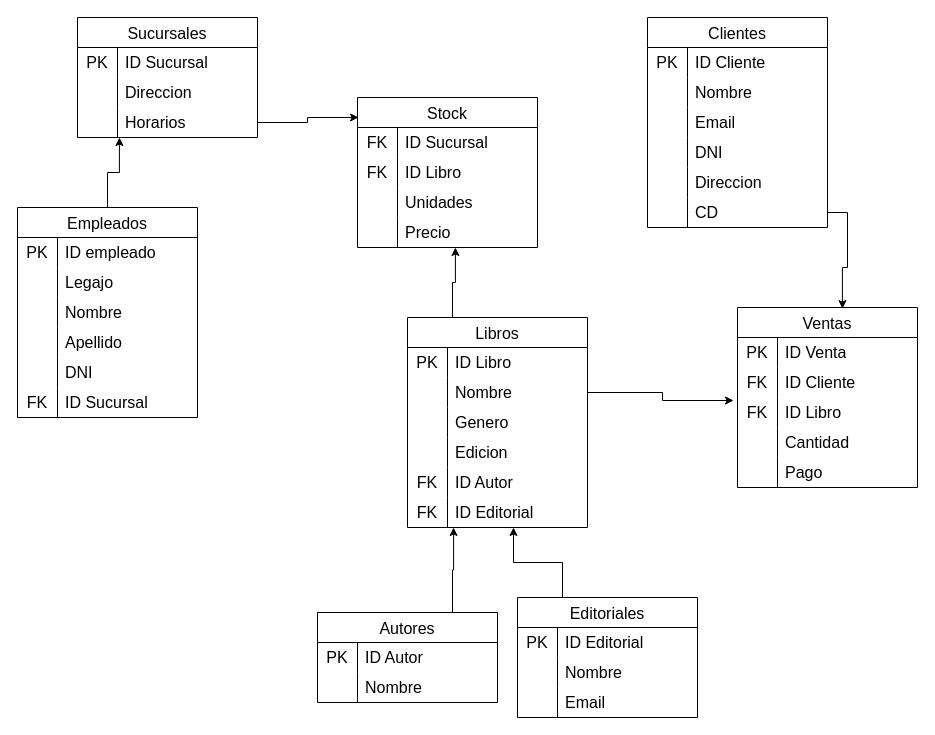
EzequielLST/SQL-Trabajo-final keeps this draw.io diagram as Diagrama sin título.drawio. Above is the earlier version. Source tidied: cells renumbered, new cells numbered last; positions are measured from the earlier drawing's top-left corner, leaving out a move shared by most shapes. Both pictures are drawn from the tidied source at 100%, with x=0, y=0 at pixel (17, 17).
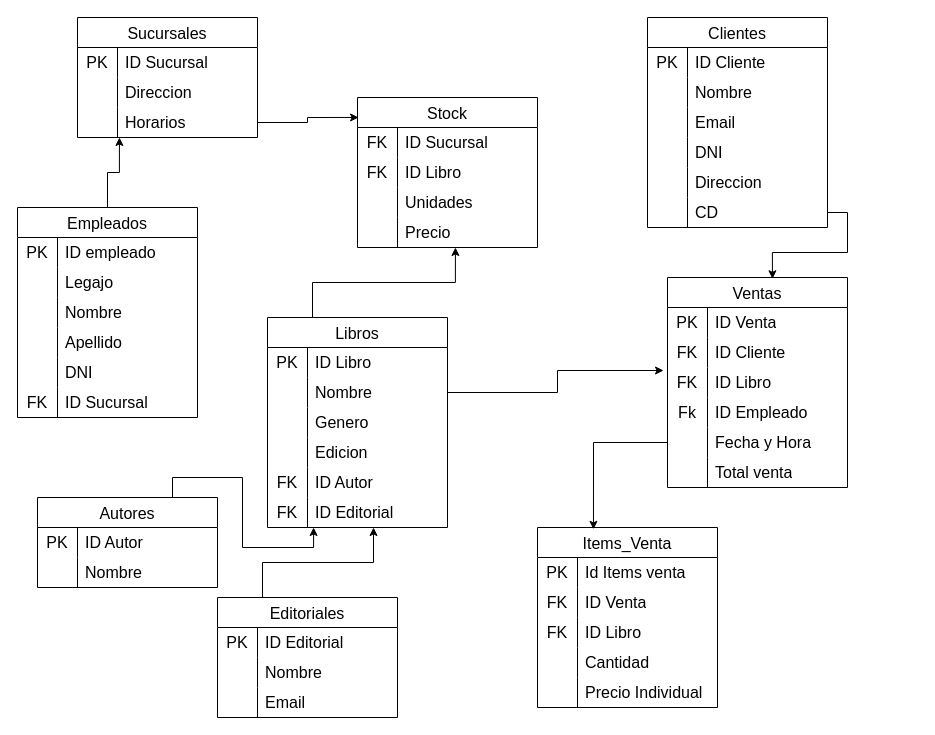
After the change.

Unchanged cells that the change refers to:
```xml
<mxCell id="111" style="shape=tableRow;horizontal=0;startSize=0;swimlaneHead=0;swimlaneBody=0;top=0;left=0;bottom=0;right=0;fillColor=none;strokeColor=inherit;fontSize=16;" parent="101" vertex="1">
  <mxGeometry y="120" width="180" height="30" as="geometry" />
</mxCell>
<mxCell id="114" style="shape=tableRow;horizontal=0;startSize=0;swimlaneHead=0;swimlaneBody=0;top=0;left=0;bottom=0;right=0;fillColor=none;points=[[0,0.5],[1,0.5]];portConstraint=eastwest;strokeColor=inherit;fontSize=16;" parent="101" vertex="1">
  <mxGeometry y="150" width="180" height="30" as="geometry" />
</mxCell>
```

What changed in the source:
```diff
@@
     <mxCell id="31" value="Libros" style="shape=table;startSize=30;childLayout=tableLayout;rowLines=0;fontStyle=0;strokeColor=default;fontSize=16;" parent="1" vertex="1">
-      <mxGeometry x="390" y="300" width="180" height="210" as="geometry" />
+      <mxGeometry x="250" y="300" width="180" height="210" as="geometry" />
     </mxCell>
@@
     <mxCell id="64" value="Autores" style="shape=table;startSize=30;childLayout=tableLayout;rowLines=0;fontStyle=0;strokeColor=default;fontSize=16;" parent="1" vertex="1">
-      <mxGeometry x="300" y="595" width="180" height="90" as="geometry" />
+      <mxGeometry x="20" y="480" width="180" height="90" as="geometry" />
     </mxCell>
@@
     <mxCell id="72" value="Editoriales" style="shape=table;startSize=30;childLayout=tableLayout;rowLines=0;fontStyle=0;strokeColor=default;fontSize=16;" parent="1" vertex="1">
-      <mxGeometry x="500" y="580" width="180" height="120" as="geometry" />
+      <mxGeometry x="200" y="580" width="180" height="120" as="geometry" />
     </mxCell>
@@
     <mxCell id="101" value="Ventas" style="shape=table;startSize=30;childLayout=tableLayout;rowLines=0;fontStyle=0;strokeColor=default;fontSize=16;" parent="1" vertex="1">
-      <mxGeometry x="720" y="290" width="180" height="180" as="geometry" />
+      <mxGeometry x="650" y="260" width="180" height="210" as="geometry" />
     </mxCell>
@@
-    <mxCell id="112" style="shape=partialRectangle;html=1;whiteSpace=wrap;fillColor=none;top=0;left=0;bottom=0;right=0;overflow=hidden;strokeColor=inherit;fontSize=16;" parent="111" vertex="1">
+    <mxCell id="112" value="Fk" style="shape=partialRectangle;html=1;whiteSpace=wrap;fillColor=none;top=0;left=0;bottom=0;right=0;overflow=hidden;strokeColor=inherit;fontSize=16;" parent="111" vertex="1">
       <mxGeometry width="40" height="30" as="geometry" />
     </mxCell>
-    <mxCell id="113" value="Cantidad" style="shape=partialRectangle;html=1;whiteSpace=wrap;fillColor=none;top=0;left=0;bottom=0;right=0;align=left;spacingLeft=6;overflow=hidden;strokeColor=inherit;fontSize=16;" parent="111" vertex="1">
+    <mxCell id="113" value="ID Empleado" style="shape=partialRectangle;html=1;whiteSpace=wrap;fillColor=none;top=0;left=0;bottom=0;right=0;align=left;spacingLeft=6;overflow=hidden;strokeColor=inherit;fontSize=16;" parent="111" vertex="1">
       <mxGeometry x="40" width="140" height="30" as="geometry" />
     </mxCell>
@@
-    <mxCell id="116" value="Pago" style="shape=partialRectangle;html=1;whiteSpace=wrap;fillColor=none;top=0;left=0;bottom=0;right=0;align=left;spacingLeft=6;overflow=hidden;strokeColor=inherit;fontSize=16;" parent="114" vertex="1">
+    <mxCell id="116" value="Fecha y Hora" style="shape=partialRectangle;html=1;whiteSpace=wrap;fillColor=none;top=0;left=0;bottom=0;right=0;align=left;spacingLeft=6;overflow=hidden;strokeColor=inherit;fontSize=16;" parent="114" vertex="1">
       <mxGeometry x="40" width="140" height="30" as="geometry" />
     </mxCell>
+    <mxCell id="122" style="shape=tableRow;horizontal=0;startSize=0;swimlaneHead=0;swimlaneBody=0;top=0;left=0;bottom=0;right=0;fillColor=none;strokeColor=inherit;fontSize=16;" parent="101" vertex="1">
+      <mxGeometry y="180" width="180" height="30" as="geometry" />
+    </mxCell>
+    <mxCell id="123" style="shape=partialRectangle;html=1;whiteSpace=wrap;fillColor=none;top=0;left=0;bottom=0;right=0;overflow=hidden;strokeColor=inherit;fontSize=16;" parent="122" vertex="1">
+      <mxGeometry width="40" height="30" as="geometry" />
+    </mxCell>
+    <mxCell id="124" value="Total venta" style="shape=partialRectangle;html=1;whiteSpace=wrap;fillColor=none;top=0;left=0;bottom=0;right=0;align=left;spacingLeft=6;overflow=hidden;strokeColor=inherit;fontSize=16;" parent="122" vertex="1">
+      <mxGeometry x="40" width="140" height="30" as="geometry" />
+    </mxCell>
@@
+    <mxCell id="125" value="Items_Venta" style="shape=table;startSize=30;childLayout=tableLayout;rowLines=0;fontStyle=0;strokeColor=default;fontSize=16;" parent="1" vertex="1">
+      <mxGeometry x="520" y="510" width="180" height="180" as="geometry" />
+    </mxCell>
+    <mxCell id="126" style="shape=tableRow;horizontal=0;startSize=0;swimlaneHead=0;swimlaneBody=0;top=0;left=0;bottom=0;right=0;fillColor=none;strokeColor=inherit;fontSize=16;" parent="125" vertex="1">
+      <mxGeometry y="30" width="180" height="30" as="geometry" />
+    </mxCell>
+    <mxCell id="127" value="PK" style="shape=partialRectangle;html=1;whiteSpace=wrap;fillColor=none;top=0;left=0;bottom=0;right=0;overflow=hidden;strokeColor=inherit;fontSize=16;" parent="126" vertex="1">
+      <mxGeometry width="40" height="30" as="geometry" />
+    </mxCell>
+    <mxCell id="128" value="Id Items venta" style="shape=partialRectangle;html=1;whiteSpace=wrap;fillColor=none;top=0;left=0;bottom=0;right=0;align=left;spacingLeft=6;overflow=hidden;strokeColor=inherit;fontSize=16;" parent="126" vertex="1">
+      <mxGeometry x="40" width="140" height="30" as="geometry" />
+    </mxCell>
+    <mxCell id="129" style="shape=tableRow;horizontal=0;startSize=0;swimlaneHead=0;swimlaneBody=0;top=0;left=0;bottom=0;right=0;fillColor=none;strokeColor=inherit;fontSize=16;" parent="125" vertex="1">
+      <mxGeometry y="60" width="180" height="30" as="geometry" />
+    </mxCell>
+    <mxCell id="130" value="FK" style="shape=partialRectangle;html=1;whiteSpace=wrap;fillColor=none;top=0;left=0;bottom=0;right=0;overflow=hidden;strokeColor=inherit;fontSize=16;" parent="129" vertex="1">
+      <mxGeometry width="40" height="30" as="geometry" />
+    </mxCell>
+    <mxCell id="131" value="ID Venta" style="shape=partialRectangle;html=1;whiteSpace=wrap;fillColor=none;top=0;left=0;bottom=0;right=0;align=left;spacingLeft=6;overflow=hidden;strokeColor=inherit;fontSize=16;" parent="129" vertex="1">
+      <mxGeometry x="40" width="140" height="30" as="geometry" />
+    </mxCell>
+    <mxCell id="132" style="shape=tableRow;horizontal=0;startSize=0;swimlaneHead=0;swimlaneBody=0;top=0;left=0;bottom=0;right=0;fillColor=none;strokeColor=inherit;fontSize=16;" parent="125" vertex="1">
+      <mxGeometry y="90" width="180" height="30" as="geometry" />
+    </mxCell>
+    <mxCell id="133" value="FK" style="shape=partialRectangle;html=1;whiteSpace=wrap;fillColor=none;top=0;left=0;bottom=0;right=0;overflow=hidden;strokeColor=inherit;fontSize=16;" parent="132" vertex="1">
+      <mxGeometry width="40" height="30" as="geometry" />
+    </mxCell>
+    <mxCell id="134" value="ID Libro" style="shape=partialRectangle;html=1;whiteSpace=wrap;fillColor=none;top=0;left=0;bottom=0;right=0;align=left;spacingLeft=6;overflow=hidden;strokeColor=inherit;fontSize=16;" parent="132" vertex="1">
+      <mxGeometry x="40" width="140" height="30" as="geometry" />
+    </mxCell>
+    <mxCell id="135" style="shape=tableRow;horizontal=0;startSize=0;swimlaneHead=0;swimlaneBody=0;top=0;left=0;bottom=0;right=0;fillColor=none;strokeColor=inherit;fontSize=16;" parent="125" vertex="1">
+      <mxGeometry y="120" width="180" height="30" as="geometry" />
+    </mxCell>
+    <mxCell id="136" style="shape=partialRectangle;html=1;whiteSpace=wrap;fillColor=none;top=0;left=0;bottom=0;right=0;overflow=hidden;strokeColor=inherit;fontSize=16;" parent="135" vertex="1">
+      <mxGeometry width="40" height="30" as="geometry" />
+    </mxCell>
+    <mxCell id="137" value="Cantidad" style="shape=partialRectangle;html=1;whiteSpace=wrap;fillColor=none;top=0;left=0;bottom=0;right=0;align=left;spacingLeft=6;overflow=hidden;strokeColor=inherit;fontSize=16;" parent="135" vertex="1">
+      <mxGeometry x="40" width="140" height="30" as="geometry" />
+    </mxCell>
+    <mxCell id="138" style="shape=tableRow;horizontal=0;startSize=0;swimlaneHead=0;swimlaneBody=0;top=0;left=0;bottom=0;right=0;fillColor=none;strokeColor=inherit;fontSize=16;" parent="125" vertex="1">
+      <mxGeometry y="150" width="180" height="30" as="geometry" />
+    </mxCell>
+    <mxCell id="139" style="shape=partialRectangle;html=1;whiteSpace=wrap;fillColor=none;top=0;left=0;bottom=0;right=0;overflow=hidden;strokeColor=inherit;fontSize=16;" parent="138" vertex="1">
+      <mxGeometry width="40" height="30" as="geometry" />
+    </mxCell>
+    <mxCell id="140" value="Precio Individual" style="shape=partialRectangle;html=1;whiteSpace=wrap;fillColor=none;top=0;left=0;bottom=0;right=0;align=left;spacingLeft=6;overflow=hidden;strokeColor=inherit;fontSize=16;" parent="138" vertex="1">
+      <mxGeometry x="40" width="140" height="30" as="geometry" />
+    </mxCell>
+    <mxCell id="141" style="edgeStyle=orthogonalEdgeStyle;rounded=0;jettySize=auto;html=1;exitX=0;exitY=0.5;exitDx=0;exitDy=0;entryX=0.311;entryY=0.01;entryDx=0;entryDy=0;entryPerimeter=0;" parent="1" edge="1" source="114" target="125">
+      <mxGeometry relative="1" as="geometry" />
+    </mxCell>
```
